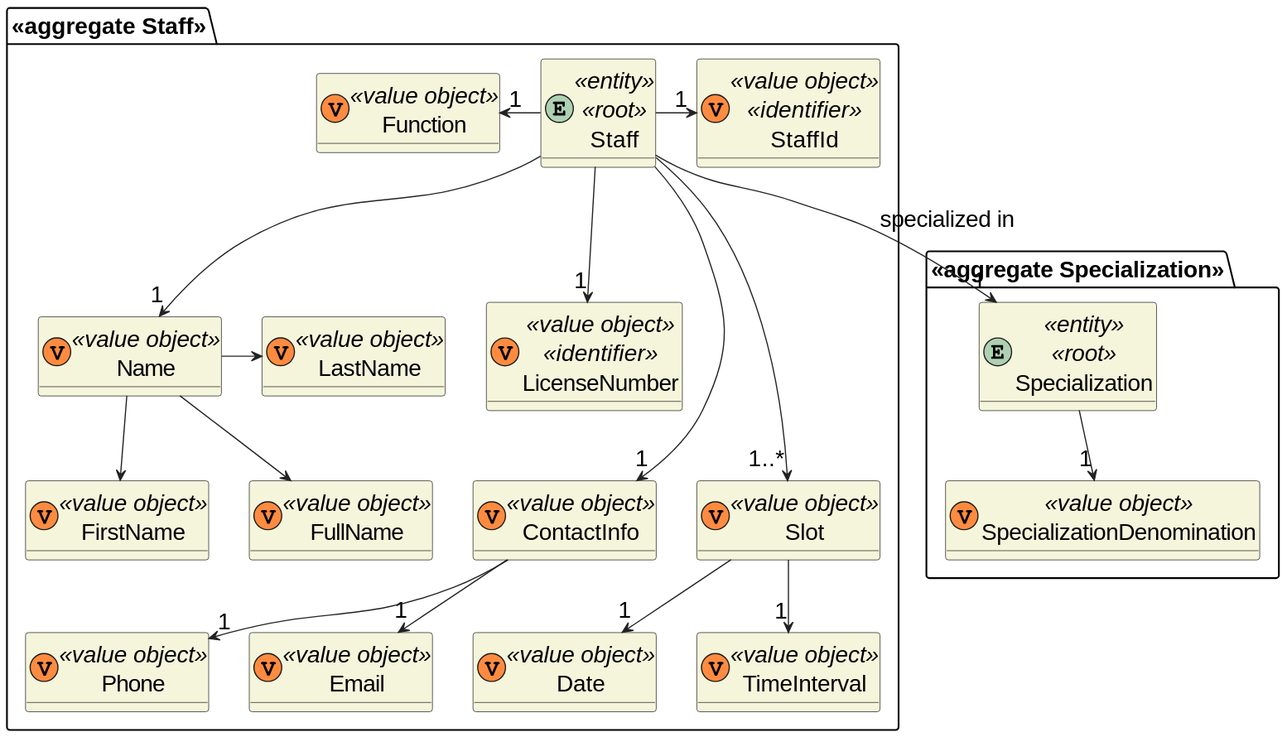
This is docs/sprint-1/1220841/us-5.1.12/diagrams/domain-model.svg from rita-barbosa/LAPR5-2425, a PlantUML export, as it was before one commit.
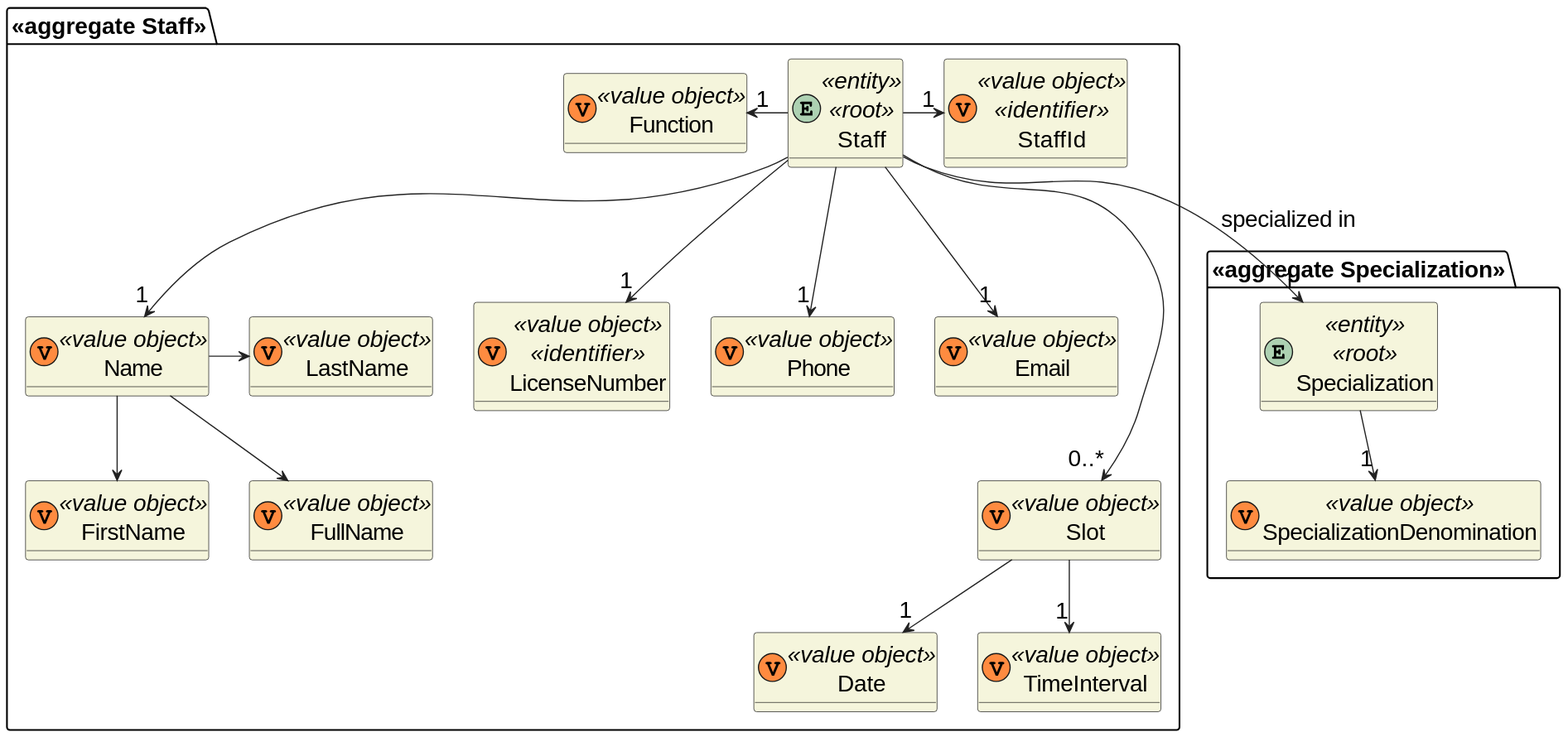
The same file after the commit.

Commit message:
DG38-156 | docs: updates domain model to reflext needed changes.

Change to the diagram source:
```diff
@@ -16,7 +16,6 @@
     class FirstName <<(V,#FF8B40)value object>> {}
     class LastName <<(V,#FF8B40)value object>> {}
     class FullName <<(V,#FF8B40)value object>> {}
-    class ContactInfo <<(V,#FF8B40)value object>> {}
     class Phone <<(V,#FF8B40)value object>> {}
     class Email <<(V,#FF8B40)value object>> {}
     class Slot <<(V,#FF8B40)value object>> {}
@@ -35,14 +34,13 @@
 Name --> FirstName
 Name -> LastName
 Name --> FullName
-ContactInfo --> "1" Email
-ContactInfo --> "1" Phone
+Staff --> "1" Email
+Staff --> "1" Phone
 Staff --> "1" Name
 Staff -> "1" StaffId
 Staff -left-> "1" Function
-Staff ---> "1" ContactInfo
 Staff --> "1" LicenseNumber
-Staff ---> "1..*" Slot
+Staff ---> "0..*" Slot
 Staff --> "1" Specialization : specialized in
 Specialization --> "1" SpecializationDenomination
 Slot --> "1" Date
```
